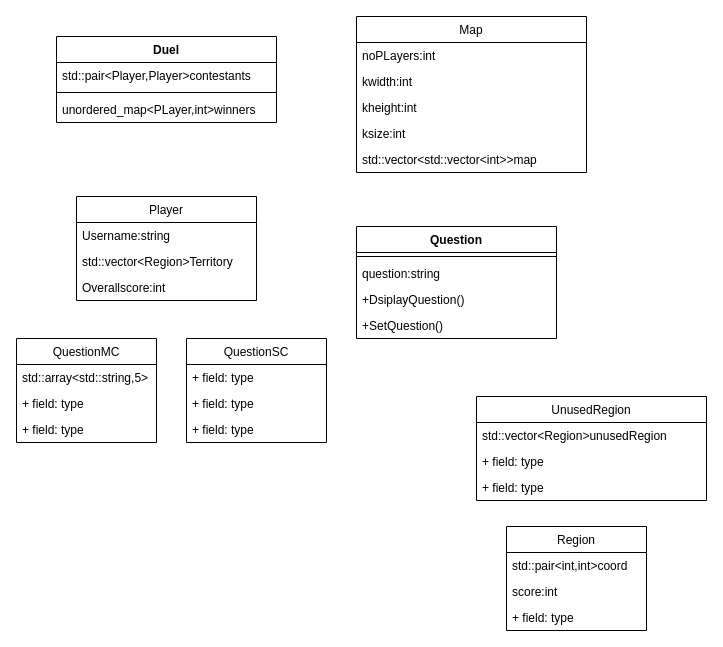
AndreiAndreea/TriviadorMCpp keeps this draw.io diagram as triviador.drawio. Above is the earlier version. Source tidied: cells renumbered, new cells numbered last; positions are measured from the earlier drawing's top-left corner, leaving out a move shared by most shapes. Both pictures are drawn from the tidied source at 100%, with x=0, y=0 at pixel (16, 16).
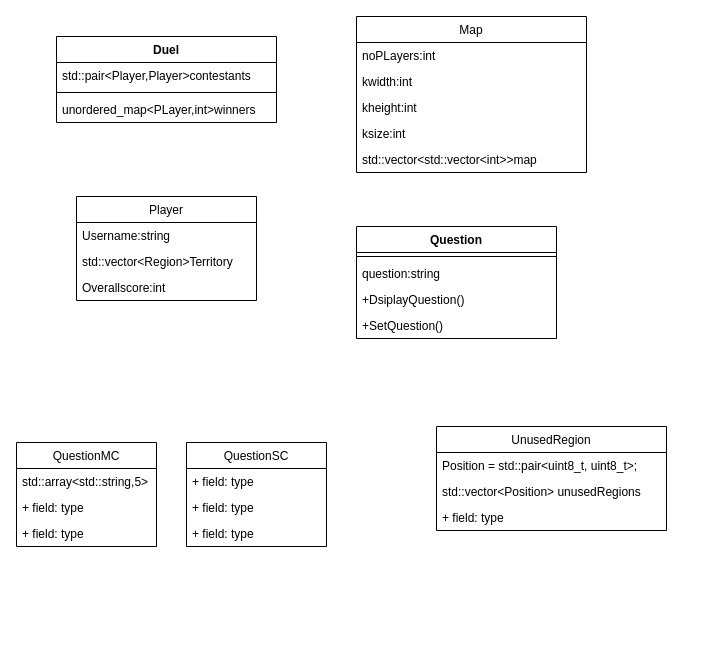
The same page after the edit.

Commit message (it also covers changes not shown here):
Added Map class with a bool method that checks if a position is available and removes it from the unused regions vector.

What changed in the source:
```diff
@@
     <mxCell id="11" value="QuestionMC" style="swimlane;fontStyle=0;horizontal=1;startSize=26;fillColor=none;" parent="1" vertex="1">
-      <mxGeometry y="322" width="140" height="104" as="geometry" />
+      <mxGeometry y="426" width="140" height="104" as="geometry" />
     </mxCell>
@@
     <mxCell id="15" value="QuestionSC" style="swimlane;fontStyle=0;horizontal=1;startSize=26;fillColor=none;" parent="1" vertex="1">
-      <mxGeometry x="170" y="322" width="140" height="104" as="geometry" />
+      <mxGeometry x="170" y="426" width="140" height="104" as="geometry" />
     </mxCell>
@@
     <mxCell id="29" value="UnusedRegion" style="swimlane;fontStyle=0;horizontal=1;startSize=26;fillColor=none;" parent="1" vertex="1">
-      <mxGeometry x="460" y="380" width="230" height="104" as="geometry" />
+      <mxGeometry x="420" y="410" width="230" height="104" as="geometry" />
     </mxCell>
+    <mxCell id="31" value="Position = std::pair&lt;uint8_t, uint8_t&gt;;" style="text;strokeColor=none;fillColor=none;align=left;verticalAlign=top;spacingLeft=4;spacingRight=4;overflow=hidden;" parent="29" vertex="1">
+      <mxGeometry y="26" width="230" height="26" as="geometry" />
+    </mxCell>
-    <mxCell id="30" value="std::vector&lt;Region&gt;unusedRegion" style="text;strokeColor=none;fillColor=none;align=left;verticalAlign=top;spacingLeft=4;spacingRight=4;overflow=hidden;" parent="29" vertex="1">
-      <mxGeometry y="26" width="230" height="26" as="geometry" />
+    <mxCell id="30" value="std::vector&lt;Position&gt; unusedRegions" style="text;strokeColor=none;fillColor=none;align=left;verticalAlign=top;spacingLeft=4;spacingRight=4;overflow=hidden;" parent="29" vertex="1">
+      <mxGeometry y="52" width="230" height="26" as="geometry" />
     </mxCell>
-    <mxCell id="31" value="+ field: type" style="text;strokeColor=none;fillColor=none;align=left;verticalAlign=top;spacingLeft=4;spacingRight=4;overflow=hidden;" parent="29" vertex="1">
-      <mxGeometry y="52" width="230" height="26" as="geometry" />
-    </mxCell>
@@
-    <mxCell id="33" value="Region" style="swimlane;fontStyle=0;horizontal=1;startSize=26;fillColor=none;" parent="1" vertex="1">
-      <mxGeometry x="490" y="510" width="140" height="104" as="geometry" />
-    </mxCell>
-    <mxCell id="34" value="std::pair&lt;int,int&gt;coord" style="text;strokeColor=none;fillColor=none;align=left;verticalAlign=top;spacingLeft=4;spacingRight=4;overflow=hidden;" parent="33" vertex="1">
-      <mxGeometry y="26" width="140" height="26" as="geometry" />
-    </mxCell>
-    <mxCell id="35" value="score:int" style="text;strokeColor=none;fillColor=none;align=left;verticalAlign=top;spacingLeft=4;spacingRight=4;overflow=hidden;" parent="33" vertex="1">
-      <mxGeometry y="52" width="140" height="26" as="geometry" />
-    </mxCell>
-    <mxCell id="36" value="+ field: type" style="text;strokeColor=none;fillColor=none;align=left;verticalAlign=top;spacingLeft=4;spacingRight=4;overflow=hidden;" parent="33" vertex="1">
-      <mxGeometry y="78" width="140" height="26" as="geometry" />
-    </mxCell>
```
